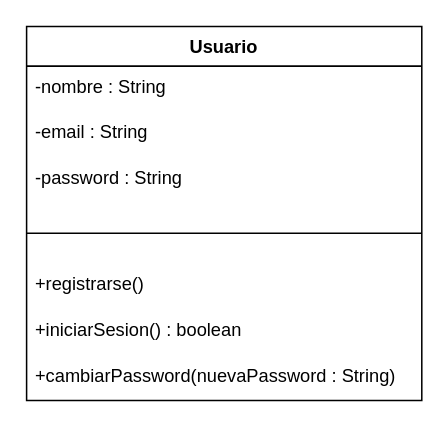
This is page "01-biblioteca" (1 of 12) of Entorno_de_desarrollo/Tema5/solucion-actividades-diagrama-de-clases-uml.drawio from fernandezortaalex/Tarea, a draw.io file, before an edit. Source tidied: cells renumbered, new cells numbered last; positions are measured from the earlier drawing's top-left corner, leaving out a move shared by most shapes. Both pictures are drawn from the tidied source at 152%, with x=0, y=0 at pixel (26, 26).
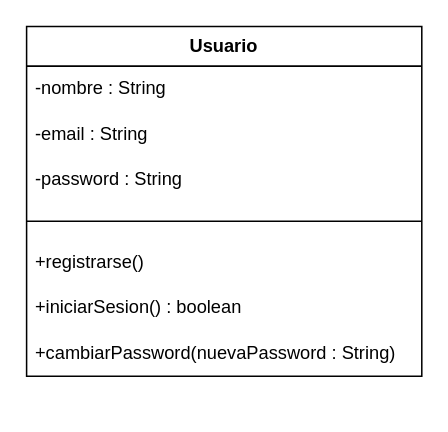
Above is the later version.

The edit, as a diff of the source:
```diff
@@
 <mxGraphModel>
   <root>
     <mxCell id="0" />
     <mxCell id="1" parent="0" />
-    <mxCell id="2" value="Usuario" style="swimlane;fontStyle=1;align=center;verticalAlign=top;horizontal=1;startSize=26;whiteSpace=wrap;html=1;" parent="1" vertex="1">
-      <mxGeometry width="260" height="246" as="geometry" />
+    <mxCell id="2" value="Usuario" style="swimlane;fontStyle=1;align=center;verticalAlign=middle;horizontal=1;startSize=26;whiteSpace=wrap;html=1;" parent="1" vertex="1">
+      <mxGeometry width="260" height="230" as="geometry" />
     </mxCell>
-    <mxCell id="3" value="-nombre : String" style="text;strokeColor=none;fillColor=none;align=left;verticalAlign=top;spacingLeft=4;spacingRight=4;overflow=hidden;whiteSpace=wrap;html=1;" parent="2" vertex="1">
+    <mxCell id="3" value="-nombre : String" style="text;strokeColor=none;fillColor=none;align=left;verticalAlign=middle;spacingLeft=4;spacingRight=4;overflow=hidden;whiteSpace=wrap;html=1;" parent="2" vertex="1">
       <mxGeometry y="26" width="260" height="30" as="geometry" />
     </mxCell>
-    <mxCell id="4" value="-email : String" style="text;strokeColor=none;fillColor=none;align=left;verticalAlign=top;spacingLeft=4;spacingRight=4;overflow=hidden;whiteSpace=wrap;html=1;" parent="2" vertex="1">
+    <mxCell id="4" value="-email : String" style="text;strokeColor=none;fillColor=none;align=left;verticalAlign=middle;spacingLeft=4;spacingRight=4;overflow=hidden;whiteSpace=wrap;html=1;" parent="2" vertex="1">
       <mxGeometry y="56" width="260" height="30" as="geometry" />
     </mxCell>
-    <mxCell id="5" value="-password : String" style="text;strokeColor=none;fillColor=none;align=left;verticalAlign=top;spacingLeft=4;spacingRight=4;overflow=hidden;whiteSpace=wrap;html=1;" parent="2" vertex="1">
+    <mxCell id="5" value="-password : String" style="text;strokeColor=none;fillColor=none;align=left;verticalAlign=middle;spacingLeft=4;spacingRight=4;overflow=hidden;whiteSpace=wrap;html=1;" parent="2" vertex="1">
       <mxGeometry y="86" width="260" height="30" as="geometry" />
     </mxCell>
     <mxCell id="6" style="line;strokeWidth=1;fillColor=none;align=left;verticalAlign=middle;spacingTop=-1;spacingLeft=3;spacingRight=3;labelPosition=right;strokeColor=inherit;" parent="2" vertex="1">
-      <mxGeometry y="116" width="260" height="40" as="geometry" />
+      <mxGeometry y="116" width="260" height="24" as="geometry" />
     </mxCell>
-    <mxCell id="7" value="+registrarse()" style="text;strokeColor=none;fillColor=none;align=left;verticalAlign=top;spacingLeft=4;spacingRight=4;overflow=hidden;whiteSpace=wrap;html=1;" parent="2" vertex="1">
-      <mxGeometry y="156" width="260" height="30" as="geometry" />
+    <mxCell id="7" value="+registrarse()" style="text;strokeColor=none;fillColor=none;align=left;verticalAlign=middle;spacingLeft=4;spacingRight=4;overflow=hidden;whiteSpace=wrap;html=1;" parent="2" vertex="1">
+      <mxGeometry y="140" width="260" height="30" as="geometry" />
     </mxCell>
-    <mxCell id="8" value="+iniciarSesion() : boolean" style="text;strokeColor=none;fillColor=none;align=left;verticalAlign=top;spacingLeft=4;spacingRight=4;overflow=hidden;whiteSpace=wrap;html=1;" parent="2" vertex="1">
-      <mxGeometry y="186" width="260" height="30" as="geometry" />
+    <mxCell id="8" value="+iniciarSesion() : boolean" style="text;strokeColor=none;fillColor=none;align=left;verticalAlign=middle;spacingLeft=4;spacingRight=4;overflow=hidden;whiteSpace=wrap;html=1;" parent="2" vertex="1">
+      <mxGeometry y="170" width="260" height="30" as="geometry" />
     </mxCell>
-    <mxCell id="9" value="+cambiarPassword(nuevaPassword : String)" style="text;strokeColor=none;fillColor=none;align=left;verticalAlign=top;spacingLeft=4;spacingRight=4;overflow=hidden;whiteSpace=wrap;html=1;" parent="2" vertex="1">
-      <mxGeometry y="216" width="260" height="30" as="geometry" />
+    <mxCell id="9" value="+cambiarPassword(nuevaPassword : String)" style="text;strokeColor=none;fillColor=none;align=left;verticalAlign=middle;spacingLeft=4;spacingRight=4;overflow=hidden;whiteSpace=wrap;html=1;" parent="2" vertex="1">
+      <mxGeometry y="200" width="260" height="30" as="geometry" />
     </mxCell>
   </root>
 </mxGraphModel>
```
